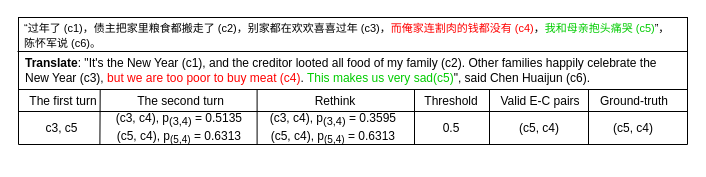
Above: case3.drawio in zhoucz97/paper_figure (draw.io), before the change. Source tidied: cells renumbered, new cells numbered last; positions are measured from the earlier drawing's top-left corner, leaving out a move shared by most shapes. Both pictures are drawn from the tidied source at 100%, with x=0, y=0 at pixel (17, 17).
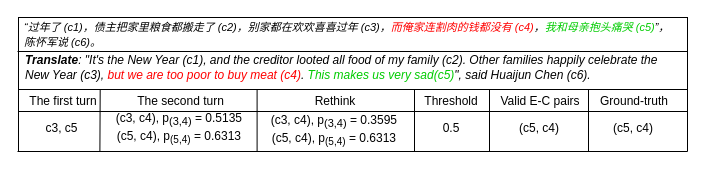
The same page after the edit.

Change to the diagram source:
```diff
@@
-    <mxCell id="3" value="&lt;b&gt;Translate&lt;/b&gt;: &quot;It's the New Year (c1), and the creditor looted all food of my family (c2). Other families happily celebrate the New Year (c3),&amp;nbsp;&lt;font color=&quot;#ff0000&quot;&gt;but we are too poor to buy meat (c4)&lt;/font&gt;. &lt;font color=&quot;#00cc00&quot;&gt;This makes us very sad(c5)&lt;/font&gt;&quot;, said Chen Huaijun (c6).&lt;p style=&quot;line-height: 140%&quot;&gt;&lt;/p&gt;" style="text;html=1;fillColor=none;align=left;verticalAlign=middle;whiteSpace=wrap;rounded=0;strokeWidth=0;" parent="1" vertex="1">
-      <mxGeometry x="6.3" y="34" width="653.7" height="50" as="geometry" />
+    <mxCell id="3" value="&lt;i&gt;&lt;b&gt;Translate&lt;/b&gt;: &quot;It's the New Year (c1), and the creditor looted all food of my family (c2). Other families happily celebrate the New Year (c3),&amp;nbsp;&lt;font color=&quot;#ff0000&quot;&gt;but we are too poor to buy meat (c4)&lt;/font&gt;. &lt;font color=&quot;#00cc00&quot;&gt;This makes us very sad(c5)&lt;/font&gt;&quot;, said Huaijun Chen (c6).&lt;/i&gt;&lt;p style=&quot;line-height: 140%&quot;&gt;&lt;/p&gt;" style="text;html=1;fillColor=none;align=left;verticalAlign=middle;whiteSpace=wrap;rounded=0;strokeWidth=0;" parent="1" vertex="1">
+      <mxGeometry x="6.3" y="37" width="653.7" height="37" as="geometry" />
     </mxCell>
@@
     <mxCell id="10" value="&lt;p&gt;(c3, c4), p&lt;sub&gt;&lt;font style=&quot;font-size: 11px&quot;&gt;(3,4)&lt;/font&gt;&lt;/sub&gt; = 0.5135&amp;nbsp; (c5, c4), p&lt;sub&gt;(5,4)&lt;/sub&gt; = 0.6313&amp;nbsp;&lt;br&gt;&lt;/p&gt;" style="text;html=1;strokeColor=none;fillColor=none;align=center;verticalAlign=middle;whiteSpace=wrap;rounded=0;shadow=0;glass=0;sketch=0;" parent="1" vertex="1">
-      <mxGeometry x="90.8" y="94" width="145" height="34" as="geometry" />
+      <mxGeometry x="90.8" y="96.5" width="145" height="29" as="geometry" />
     </mxCell>
@@
-    <mxCell id="14" value="&lt;span style=&quot;font-size: 11px&quot;&gt;“过年了 (c1)，债主把家里粮食都搬走了 (c2)，别家都在欢欢喜喜过年 (c3)，&lt;font color=&quot;#ff0000&quot;&gt;而俺家连割肉的钱都没有 (c4)&lt;/font&gt;，&lt;font color=&quot;#00cc00&quot;&gt;我和母亲抱头痛哭 (c5)&lt;/font&gt;”，陈怀军说 (c6)。&lt;/span&gt;" style="text;html=1;strokeColor=none;fillColor=none;align=left;verticalAlign=middle;whiteSpace=wrap;rounded=0;" parent="1" vertex="1">
-      <mxGeometry x="5.3" y="3" width="654.7" height="30" as="geometry" />
+    <mxCell id="14" value="&lt;font style=&quot;font-size: 11px;&quot;&gt;&lt;i&gt;“过年了 (c1)，债主把家里粮食都搬走了 (c2)，别家都在欢欢喜喜过年 (c3)，&lt;font style=&quot;font-size: 11px;&quot; color=&quot;#ff0000&quot;&gt;而俺家连割肉的钱都没有 (c4)&lt;/font&gt;，&lt;font style=&quot;font-size: 11px;&quot; color=&quot;#00cc00&quot;&gt;我和母亲抱头痛哭 (c5)&lt;/font&gt;”，陈怀军说 (c6)。&lt;/i&gt;&lt;/font&gt;" style="text;html=1;strokeColor=none;fillColor=none;align=left;verticalAlign=middle;whiteSpace=wrap;rounded=0;" parent="1" vertex="1">
+      <mxGeometry x="5.3" y="3" width="654.7" height="28" as="geometry" />
     </mxCell>
@@
     <mxCell id="16" style="endArrow=none;html=1;entryX=0.123;entryY=0.016;entryDx=0;entryDy=0;entryPerimeter=0;endSize=7;startSize=7;" parent="1" edge="1">
       <mxGeometry relative="1" as="geometry">
-        <mxPoint x="239.6" y="127" as="sourcePoint" />
+        <mxPoint x="239.6" y="134" as="sourcePoint" />
         <mxPoint x="239.6" y="72" as="targetPoint" />
       </mxGeometry>
     </mxCell>
     <mxCell id="17" style="endArrow=none;html=1;entryX=0.123;entryY=0.016;entryDx=0;entryDy=0;entryPerimeter=0;endSize=7;startSize=7;" parent="1" edge="1">
       <mxGeometry relative="1" as="geometry">
-        <mxPoint x="397" y="127" as="sourcePoint" />
+        <mxPoint x="397" y="134" as="sourcePoint" />
         <mxPoint x="397" y="72" as="targetPoint" />
       </mxGeometry>
     </mxCell>
     <mxCell id="18" style="endArrow=none;html=1;startSize=7;endSize=7;" parent="1" edge="1">
       <mxGeometry relative="1" as="geometry">
-        <mxPoint x="472" y="127" as="sourcePoint" />
+        <mxPoint x="472" y="134" as="sourcePoint" />
         <mxPoint x="472" y="72" as="targetPoint" />
       </mxGeometry>
     </mxCell>
     <mxCell id="19" value="&lt;p&gt;(c3, c4), p&lt;sub&gt;&lt;font style=&quot;font-size: 11px&quot;&gt;(3,4)&lt;/font&gt;&lt;/sub&gt; = 0.3595&amp;nbsp; (c5, c4), p&lt;sub&gt;(5,4)&lt;/sub&gt; = 0.6313&amp;nbsp;&lt;br&gt;&lt;/p&gt;" style="text;html=1;strokeColor=none;fillColor=none;align=center;verticalAlign=middle;whiteSpace=wrap;rounded=0;shadow=0;glass=0;sketch=0;" parent="1" vertex="1">
-      <mxGeometry x="245" y="94" width="145" height="34" as="geometry" />
+      <mxGeometry x="245.5" y="96.5" width="145" height="32" as="geometry" />
     </mxCell>
@@
     <mxCell id="21" style="endArrow=none;html=1;entryX=0.123;entryY=0.016;entryDx=0;entryDy=0;entryPerimeter=0;endSize=7;startSize=7;" parent="1" edge="1">
       <mxGeometry relative="1" as="geometry">
-        <mxPoint x="82.4" y="127" as="sourcePoint" />
+        <mxPoint x="82.4" y="134" as="sourcePoint" />
         <mxPoint x="82.7" y="72" as="targetPoint" />
       </mxGeometry>
     </mxCell>
@@
     <mxCell id="23" style="endArrow=none;html=1;startSize=7;endSize=7;" parent="1" edge="1">
       <mxGeometry relative="1" as="geometry">
-        <mxPoint x="571" y="127" as="sourcePoint" />
+        <mxPoint x="571" y="134" as="sourcePoint" />
         <mxPoint x="571" y="72" as="targetPoint" />
       </mxGeometry>
     </mxCell>
     <mxCell id="24" style="endArrow=none;html=1;entryX=0.123;entryY=0.016;entryDx=0;entryDy=0;entryPerimeter=0;endSize=7;startSize=7;" parent="1" edge="1">
       <mxGeometry relative="1" as="geometry">
-        <mxPoint x="1" y="127" as="sourcePoint" />
+        <mxPoint x="1" y="134" as="sourcePoint" />
         <mxPoint x="1" y="71" as="targetPoint" />
       </mxGeometry>
     </mxCell>
     <mxCell id="25" style="endArrow=none;html=1;startSize=7;endSize=7;" parent="1" edge="1">
       <mxGeometry relative="1" as="geometry">
-        <mxPoint x="670" y="127" as="sourcePoint" />
+        <mxPoint x="670" y="134" as="sourcePoint" />
         <mxPoint x="670" y="72" as="targetPoint" />
       </mxGeometry>
     </mxCell>
     <mxCell id="26" style="endArrow=none;html=1;" parent="1" edge="1">
       <mxGeometry relative="1" as="geometry">
-        <mxPoint x="670" y="127" as="sourcePoint" />
-        <mxPoint x="1" y="127" as="targetPoint" />
+        <mxPoint x="670" y="134" as="sourcePoint" />
+        <mxPoint y="134" as="targetPoint" />
       </mxGeometry>
     </mxCell>
```
